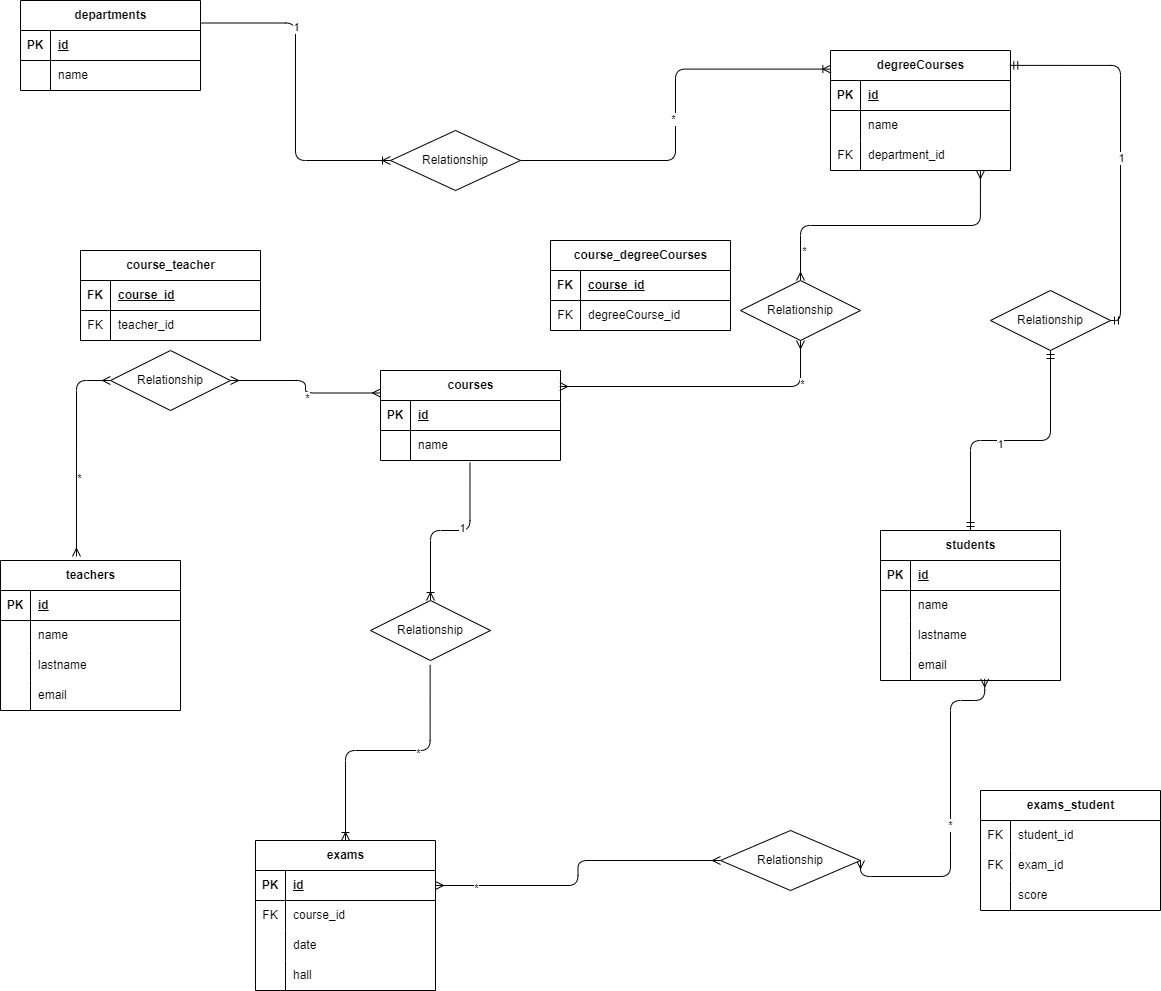
This is university.png from NavodContrath/db-university, a draw.io export, as it was before one commit. Source tidied: cells renumbered, new cells last; positions are measured from the earlier drawing's top-left corner, leaving out a move shared by most shapes.
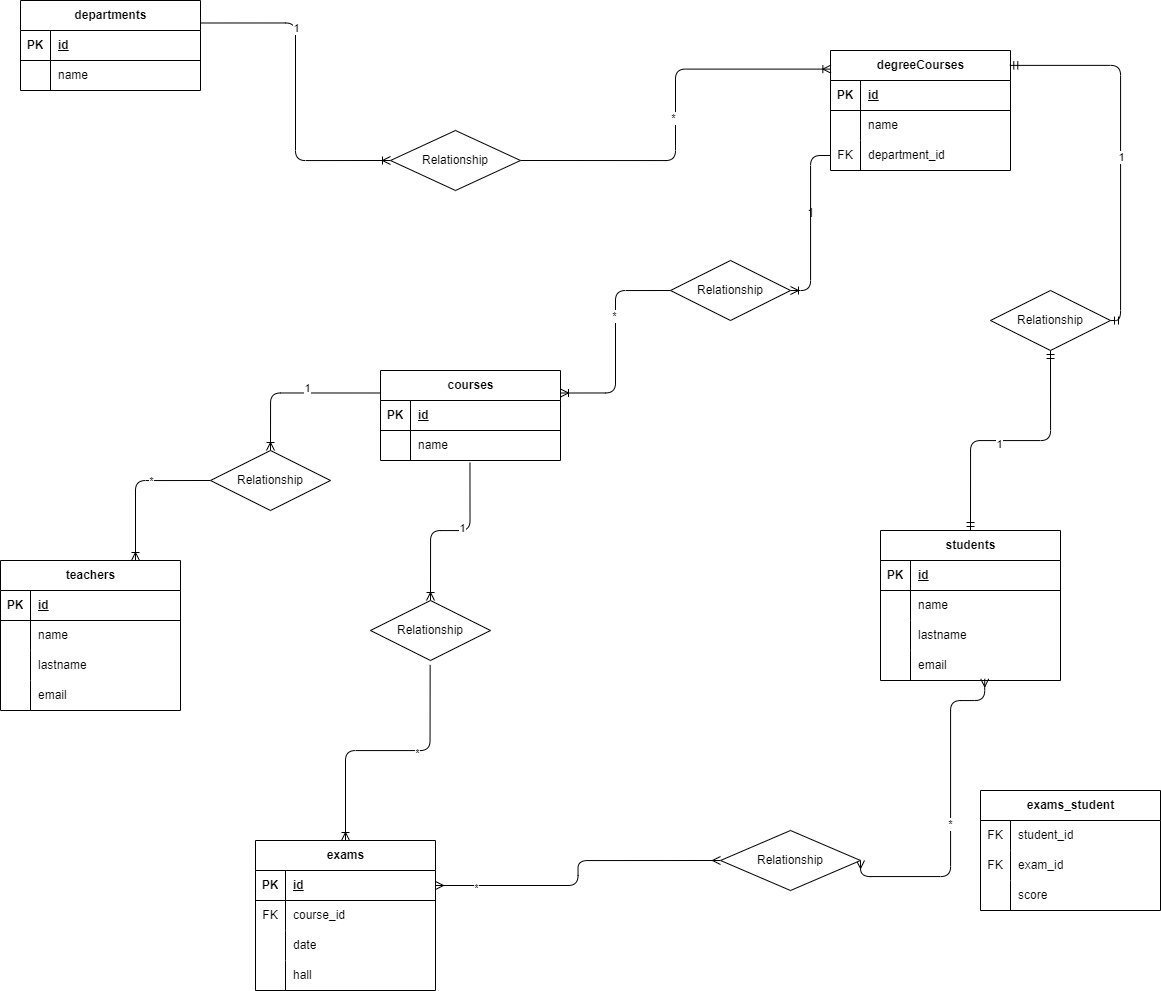
Above is the later version.

Commit message:
feat: update university diagram image to reflect recent changes

The edit, as a diff of the source:
```diff
@@ -74,27 +74,6 @@
     <mxCell id="25" value="name" style="shape=partialRectangle;fillColor=none;top=0;left=0;bottom=0;right=0;align=left;spacingLeft=6;overflow=hidden;whiteSpace=wrap;html=1;" parent="23" vertex="1">
       <mxGeometry x="30" width="150" height="30" as="geometry" />
     </mxCell>
-    <mxCell id="26" value="course_degreeCourses" style="shape=table;startSize=30;rowLines=0;fontStyle=1;align=center;html=1;" parent="1" vertex="1">
-      <mxGeometry x="550" y="240" width="180" height="90" as="geometry" />
-    </mxCell>
-    <mxCell id="27" style="shape=tableRow;horizontal=0;startSize=0;swimlaneHead=0;swimlaneBody=0;fillColor=none;top=0;left=0;right=0;bottom=1;" parent="26" vertex="1">
-      <mxGeometry y="30" width="180" height="30" as="geometry" />
-    </mxCell>
-    <mxCell id="28" value="FK" style="shape=partialRectangle;fillColor=none;top=0;left=0;bottom=0;right=0;fontStyle=1;overflow=hidden;whiteSpace=wrap;html=1;" parent="27" vertex="1">
-      <mxGeometry width="30" height="30" as="geometry" />
-    </mxCell>
-    <mxCell id="29" value="course_id" style="shape=partialRectangle;fillColor=none;top=0;left=0;bottom=0;right=0;align=left;spacingLeft=6;fontStyle=5;overflow=hidden;whiteSpace=wrap;html=1;" parent="27" vertex="1">
-      <mxGeometry x="30" width="150" height="30" as="geometry" />
-    </mxCell>
-    <mxCell id="30" style="shape=tableRow;horizontal=0;startSize=0;swimlaneHead=0;swimlaneBody=0;fillColor=none;top=0;left=0;right=0;bottom=0;" parent="26" vertex="1">
-      <mxGeometry y="60" width="180" height="30" as="geometry" />
-    </mxCell>
-    <mxCell id="31" value="FK" style="shape=partialRectangle;fillColor=none;top=0;left=0;bottom=0;right=0;overflow=hidden;whiteSpace=wrap;html=1;" parent="30" vertex="1">
-      <mxGeometry width="30" height="30" as="geometry" />
-    </mxCell>
-    <mxCell id="32" value="degreeCourse_id" style="shape=partialRectangle;fillColor=none;top=0;left=0;bottom=0;right=0;align=left;spacingLeft=6;overflow=hidden;whiteSpace=wrap;html=1;" parent="30" vertex="1">
-      <mxGeometry x="30" width="150" height="30" as="geometry" />
-    </mxCell>
     <mxCell id="33" value="teachers" style="shape=table;startSize=30;rowLines=0;fontStyle=1;align=center;html=1;" parent="1" vertex="1">
       <mxGeometry y="560" width="180" height="150" as="geometry" />
     </mxCell>
@@ -173,27 +152,6 @@
     <mxCell id="58" value="email" style="shape=partialRectangle;fillColor=none;top=0;left=0;bottom=0;right=0;align=left;spacingLeft=6;overflow=hidden;whiteSpace=wrap;html=1;" parent="56" vertex="1">
       <mxGeometry x="30" width="150" height="30" as="geometry" />
     </mxCell>
-    <mxCell id="59" value="course_teacher" style="shape=table;startSize=30;rowLines=0;fontStyle=1;align=center;html=1;" parent="1" vertex="1">
-      <mxGeometry x="80" y="250" width="180" height="90" as="geometry" />
-    </mxCell>
-    <mxCell id="60" style="shape=tableRow;horizontal=0;startSize=0;swimlaneHead=0;swimlaneBody=0;fillColor=none;top=0;left=0;right=0;bottom=1;" parent="59" vertex="1">
-      <mxGeometry y="30" width="180" height="30" as="geometry" />
-    </mxCell>
-    <mxCell id="61" value="FK" style="shape=partialRectangle;fillColor=none;top=0;left=0;bottom=0;right=0;fontStyle=1;overflow=hidden;whiteSpace=wrap;html=1;" parent="60" vertex="1">
-      <mxGeometry width="30" height="30" as="geometry" />
-    </mxCell>
-    <mxCell id="62" value="course_id" style="shape=partialRectangle;fillColor=none;top=0;left=0;bottom=0;right=0;align=left;spacingLeft=6;fontStyle=5;overflow=hidden;whiteSpace=wrap;html=1;" parent="60" vertex="1">
-      <mxGeometry x="30" width="150" height="30" as="geometry" />
-    </mxCell>
-    <mxCell id="63" style="shape=tableRow;horizontal=0;startSize=0;swimlaneHead=0;swimlaneBody=0;fillColor=none;top=0;left=0;right=0;bottom=0;" parent="59" vertex="1">
-      <mxGeometry y="60" width="180" height="30" as="geometry" />
-    </mxCell>
-    <mxCell id="64" value="FK" style="shape=partialRectangle;fillColor=none;top=0;left=0;bottom=0;right=0;overflow=hidden;whiteSpace=wrap;html=1;" parent="63" vertex="1">
-      <mxGeometry width="30" height="30" as="geometry" />
-    </mxCell>
-    <mxCell id="65" value="teacher_id" style="shape=partialRectangle;fillColor=none;top=0;left=0;bottom=0;right=0;align=left;spacingLeft=6;overflow=hidden;whiteSpace=wrap;html=1;" parent="63" vertex="1">
-      <mxGeometry x="30" width="150" height="30" as="geometry" />
-    </mxCell>
     <mxCell id="66" value="exams" style="shape=table;startSize=30;rowLines=0;fontStyle=1;align=center;html=1;" parent="1" vertex="1">
       <mxGeometry x="255" y="840" width="180" height="150" as="geometry" />
     </mxCell>
@@ -248,36 +206,6 @@
     <mxCell id="83" value="Relationship" style="shape=rhombus;perimeter=rhombusPerimeter;whiteSpace=wrap;html=1;align=center;" parent="1" vertex="1">
       <mxGeometry x="390" y="130" width="130" height="60" as="geometry" />
     </mxCell>
-    <mxCell id="84" style="edgeStyle=orthogonalEdgeStyle;fontSize=12;html=1;endArrow=ERmany;startArrow=ERmany;entryX=0.833;entryY=1;entryDx=0;entryDy=0;entryPerimeter=0;exitX=0.5;exitY=0;exitDx=0;exitDy=0;" parent="1" edge="1" source="88" target="16">
-      <mxGeometry relative="1" as="geometry" />
-    </mxCell>
-    <mxCell id="85" value="*" style="edgeLabel;html=1;align=center;verticalAlign=middle;" parent="84" vertex="1">
-      <mxGeometry x="-0.8" y="-3" relative="1" as="geometry" />
-    </mxCell>
-    <mxCell id="86" style="edgeStyle=orthogonalEdgeStyle;fontSize=12;html=1;endArrow=ERmany;startArrow=ERmany;exitX=0.996;exitY=0.178;exitDx=0;exitDy=0;exitPerimeter=0;entryX=0.5;entryY=1;entryDx=0;entryDy=0;" parent="1" edge="1" source="19" target="88">
-      <mxGeometry relative="1" as="geometry" />
-    </mxCell>
-    <mxCell id="87" value="*" style="edgeLabel;html=1;align=center;verticalAlign=middle;" parent="86" vertex="1">
-      <mxGeometry x="0.69" y="-1" relative="1" as="geometry" />
-    </mxCell>
-    <mxCell id="88" value="Relationship" style="shape=rhombus;perimeter=rhombusPerimeter;whiteSpace=wrap;html=1;align=center;" parent="1" vertex="1">
-      <mxGeometry x="740" y="280" width="120" height="60" as="geometry" />
-    </mxCell>
-    <mxCell id="89" style="fontSize=12;html=1;endArrow=ERmany;startArrow=ERmany;entryX=0;entryY=0.25;entryDx=0;entryDy=0;exitX=1;exitY=0.5;exitDx=0;exitDy=0;edgeStyle=orthogonalEdgeStyle;" parent="1" edge="1" source="93" target="19">
-      <mxGeometry relative="1" as="geometry" />
-    </mxCell>
-    <mxCell id="90" value="*" style="edgeLabel;html=1;align=center;verticalAlign=middle;" parent="89" vertex="1">
-      <mxGeometry x="0.09" y="-5" relative="1" as="geometry" />
-    </mxCell>
-    <mxCell id="91" style="fontSize=12;html=1;endArrow=ERmany;startArrow=ERmany;entryX=0;entryY=0.5;entryDx=0;entryDy=0;exitX=0.422;exitY=-0.027;exitDx=0;exitDy=0;exitPerimeter=0;edgeStyle=orthogonalEdgeStyle;" parent="1" edge="1" source="33" target="93">
-      <mxGeometry relative="1" as="geometry" />
-    </mxCell>
-    <mxCell id="92" value="*" style="edgeLabel;html=1;align=center;verticalAlign=middle;" parent="91" vertex="1">
-      <mxGeometry x="-0.26" y="-3" relative="1" as="geometry" />
-    </mxCell>
-    <mxCell id="93" value="Relationship" style="shape=rhombus;perimeter=rhombusPerimeter;whiteSpace=wrap;html=1;align=center;" parent="1" vertex="1">
-      <mxGeometry x="110" y="350" width="120" height="60" as="geometry" />
-    </mxCell>
     <mxCell id="94" style="edgeStyle=orthogonalEdgeStyle;fontSize=12;html=1;endArrow=ERoneToMany;exitX=0.497;exitY=1.073;exitDx=0;exitDy=0;exitPerimeter=0;entryX=0.5;entryY=0;entryDx=0;entryDy=0;" parent="1" edge="1" source="98" target="66">
       <mxGeometry relative="1" as="geometry" />
     </mxCell>
@@ -367,5 +295,37 @@
     <mxCell id="118" value="Relationship" style="shape=rhombus;perimeter=rhombusPerimeter;whiteSpace=wrap;html=1;align=center;" parent="1" vertex="1">
       <mxGeometry x="720" y="830" width="140" height="60" as="geometry" />
     </mxCell>
+    <mxCell id="119" style="edgeStyle=orthogonalEdgeStyle;fontSize=12;html=1;endArrow=ERoneToMany;exitX=0;exitY=0.5;exitDx=0;exitDy=0;entryX=0.75;entryY=0;entryDx=0;entryDy=0;" parent="1" edge="1" source="128" target="33">
+      <mxGeometry relative="1" as="geometry" />
+    </mxCell>
+    <mxCell id="120" value="*" style="edgeLabel;html=1;align=center;verticalAlign=middle;" parent="119" vertex="1">
+      <mxGeometry x="-0.23" relative="1" as="geometry" />
+    </mxCell>
+    <mxCell id="121" style="edgeStyle=orthogonalEdgeStyle;fontSize=12;html=1;endArrow=ERoneToMany;exitX=0;exitY=0.5;exitDx=0;exitDy=0;entryX=1;entryY=0.25;entryDx=0;entryDy=0;" parent="1" edge="1" source="124" target="19">
+      <mxGeometry relative="1" as="geometry" />
+    </mxCell>
+    <mxCell id="122" value="*" style="edgeLabel;html=1;align=center;verticalAlign=middle;" parent="121" vertex="1">
+      <mxGeometry x="-0.24" y="-2" relative="1" as="geometry">
+        <mxPoint y="-1" as="offset" />
+      </mxGeometry>
+    </mxCell>
+    <mxCell id="123" style="edgeStyle=orthogonalEdgeStyle;fontSize=12;html=1;endArrow=ERoneToMany;exitX=0;exitY=0.5;exitDx=0;exitDy=0;entryX=1;entryY=0.5;entryDx=0;entryDy=0;" parent="1" edge="1" source="16" target="124">
+      <mxGeometry relative="1" as="geometry" />
+    </mxCell>
+    <mxCell id="124" value="Relationship" style="shape=rhombus;perimeter=rhombusPerimeter;whiteSpace=wrap;html=1;align=center;" parent="1" vertex="1">
+      <mxGeometry x="670" y="260" width="120" height="60" as="geometry" />
+    </mxCell>
+    <mxCell id="125" value="1" style="text;html=1;align=center;verticalAlign=middle;strokeColor=none;fillColor=none;" parent="1" vertex="1">
+      <mxGeometry x="795" y="198" width="30" height="30" as="geometry" />
+    </mxCell>
+    <mxCell id="126" style="edgeStyle=orthogonalEdgeStyle;fontSize=12;html=1;endArrow=ERoneToMany;exitX=0;exitY=0.25;exitDx=0;exitDy=0;entryX=0.5;entryY=0;entryDx=0;entryDy=0;" parent="1" edge="1" source="19" target="128">
+      <mxGeometry relative="1" as="geometry" />
+    </mxCell>
+    <mxCell id="127" value="1" style="edgeLabel;html=1;align=center;verticalAlign=middle;" parent="126" vertex="1">
+      <mxGeometry x="-0.12" y="-5" relative="1" as="geometry" />
+    </mxCell>
+    <mxCell id="128" value="Relationship" style="shape=rhombus;perimeter=rhombusPerimeter;whiteSpace=wrap;html=1;align=center;" parent="1" vertex="1">
+      <mxGeometry x="210" y="450" width="120" height="60" as="geometry" />
+    </mxCell>
   </root>
 </mxGraphModel>
```
